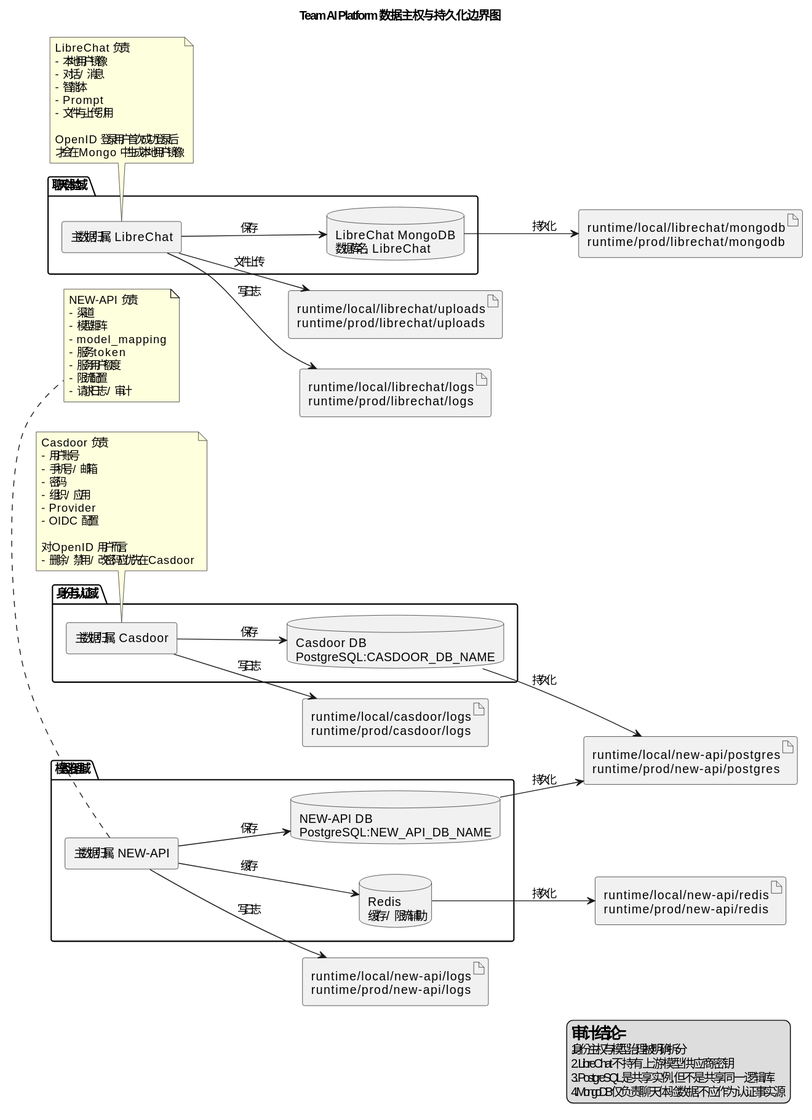
liguiqi/Team-AI-Platform keeps this PlantUML diagram as docs/architecture/svg/20260422_162931_data_ownership_and_persistence_boundary.svg. Above is the earlier version. The source it was exported from:
```plantuml
@startuml
title Team AI Platform 数据主权与持久化边界图

left to right direction
skinparam shadowing false
skinparam componentStyle rectangle
skinparam wrapWidth 220
skinparam maxMessageSize 180

package "身份与认证域" {
  database "Casdoor DB\nPostgreSQL:CASDOOR_DB_NAME" as CasDB2
  rectangle "主数据归属: Casdoor" as CasOwner
}

package "模型治理域" {
  database "NEW-API DB\nPostgreSQL:NEW_API_DB_NAME" as NewApiDB2
  database "Redis\n缓存 / 限流辅助" as Redis2
  rectangle "主数据归属: NEW-API" as NewApiOwner
}

package "聊天体验域" {
  database "LibreChat MongoDB\n数据库名: LibreChat" as Mongo2
  rectangle "主数据归属: LibreChat" as LibreOwner
}

artifact "runtime/local/new-api/postgres\nruntime/prod/new-api/postgres" as PgVolume
artifact "runtime/local/new-api/redis\nruntime/prod/new-api/redis" as RedisVolume
artifact "runtime/local/librechat/mongodb\nruntime/prod/librechat/mongodb" as MongoVolume
artifact "runtime/local/librechat/uploads\nruntime/prod/librechat/uploads" as UploadVolume
artifact "runtime/local/casdoor/logs\nruntime/prod/casdoor/logs" as CasLogs
artifact "runtime/local/new-api/logs\nruntime/prod/new-api/logs" as NewApiLogs
artifact "runtime/local/librechat/logs\nruntime/prod/librechat/logs" as LibreLogs

CasOwner --> CasDB2 : 保存
CasOwner --> CasLogs : 写日志

NewApiOwner --> NewApiDB2 : 保存
NewApiOwner --> Redis2 : 缓存
NewApiOwner --> NewApiLogs : 写日志

LibreOwner --> Mongo2 : 保存
LibreOwner --> UploadVolume : 文件上传
LibreOwner --> LibreLogs : 写日志

CasDB2 --> PgVolume : 持久化
NewApiDB2 --> PgVolume : 持久化
Redis2 --> RedisVolume : 持久化
Mongo2 --> MongoVolume : 持久化

note bottom of CasOwner
Casdoor 负责:
- 用户账号
- 手机号 / 邮箱
- 密码
- 组织 / 应用
- Provider
- OIDC 配置

对 OpenID 用户而言:
- 删除 / 禁用 / 改密码应优先在 Casdoor
end note

note bottom of NewApiOwner
NEW-API 负责:
- 渠道
- 模型矩阵
- model_mapping
- 服务 token
- 服务用户额度
- 限流配置
- 请求日志 / 审计
end note

note bottom of LibreOwner
LibreChat 负责:
- 本地用户镜像
- 对话 / 消息
- 智能体
- Prompt
- 文件与上传引用

OpenID 登录用户首次成功登录后
才会在 Mongo 中生成本地用户镜像
end note

legend right
= 审计结论 =
1. 身份主权与模型治理被明确拆分
2. LibreChat 不持有上游模型供应商密钥
3. PostgreSQL 是共享实例, 但不是共享同一逻辑库
4. MongoDB 仅负责聊天体验数据, 不应作为认证事实源
endlegend
@enduml
```
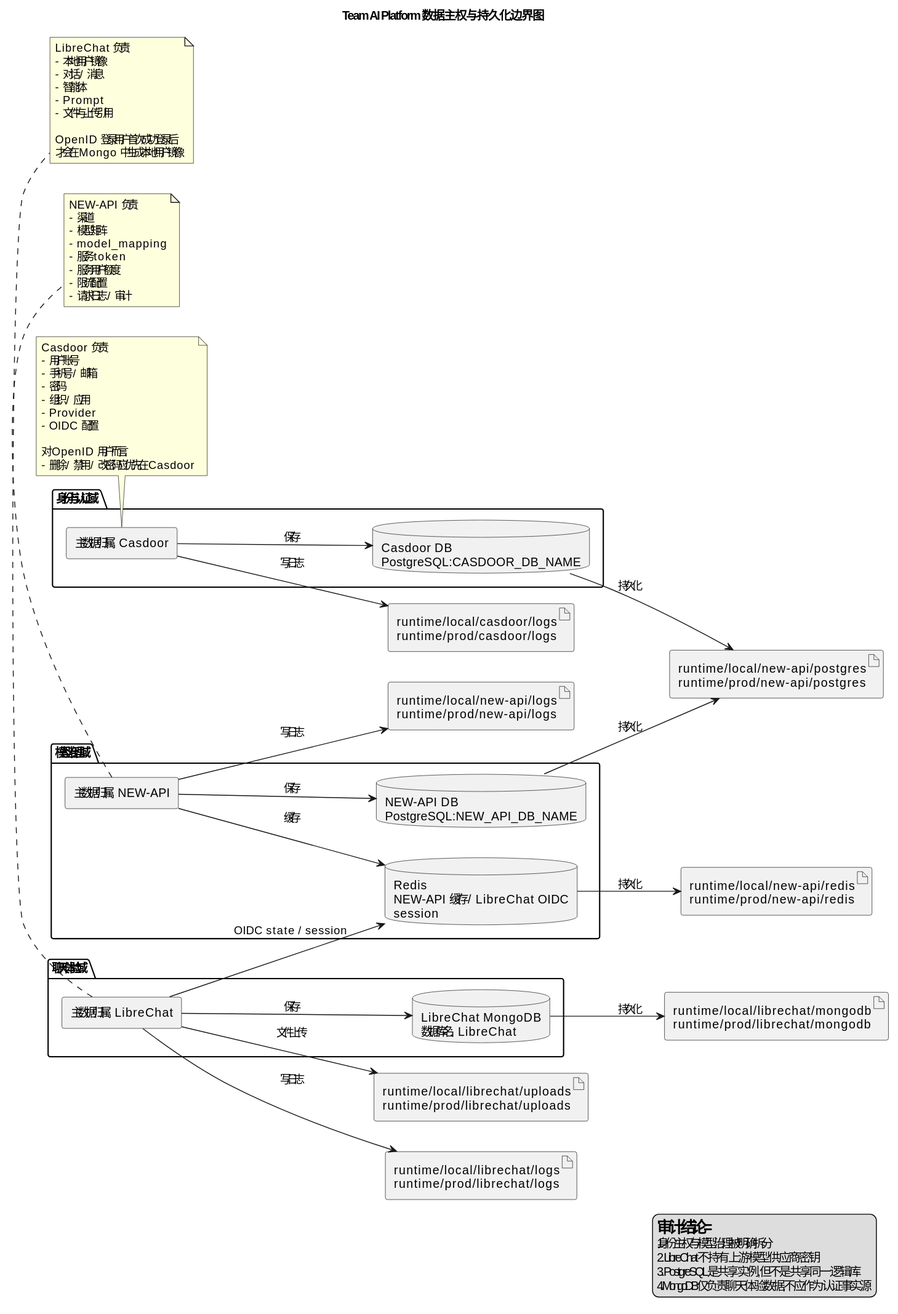
The same file after the commit.

What changed in the source:
```diff
@@ -14,7 +14,7 @@
 
 package "模型治理域" {
   database "NEW-API DB\nPostgreSQL:NEW_API_DB_NAME" as NewApiDB2
-  database "Redis\n缓存 / 限流辅助" as Redis2
+  database "Redis\nNEW-API 缓存 / LibreChat OIDC session" as Redis2
   rectangle "主数据归属: NEW-API" as NewApiOwner
 }
 
@@ -39,6 +39,7 @@
 NewApiOwner --> NewApiLogs : 写日志
 
 LibreOwner --> Mongo2 : 保存
+LibreOwner --> Redis2 : OIDC state / session
 LibreOwner --> UploadVolume : 文件上传
 LibreOwner --> LibreLogs : 写日志
 
```
